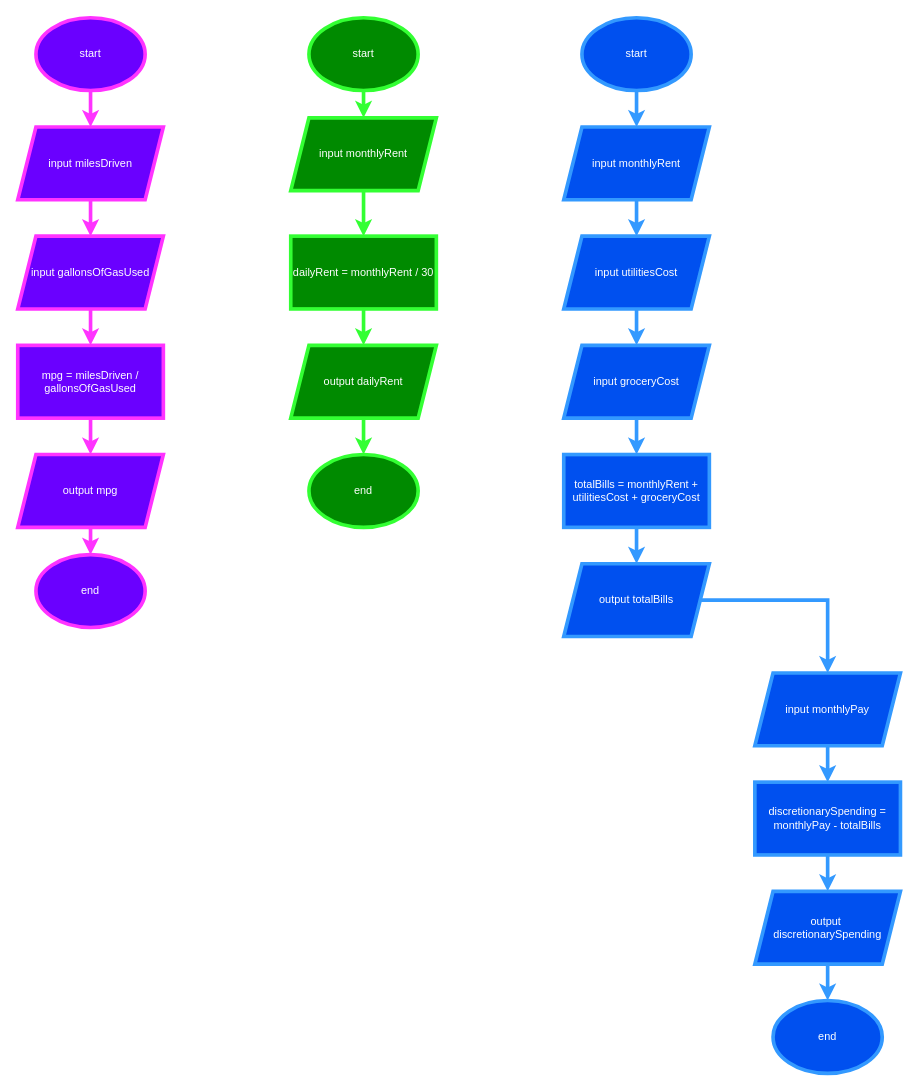
Earlier version of the draw.io diagram Module 1 Exercises.drawio (gmann249/SDEV120). Source tidied: cells renumbered, new cells numbered last; positions are measured from the earlier drawing's top-left corner, leaving out a move shared by most shapes. Both pictures are drawn from the tidied source at 91%, with x=0, y=0 at pixel (17, 17).
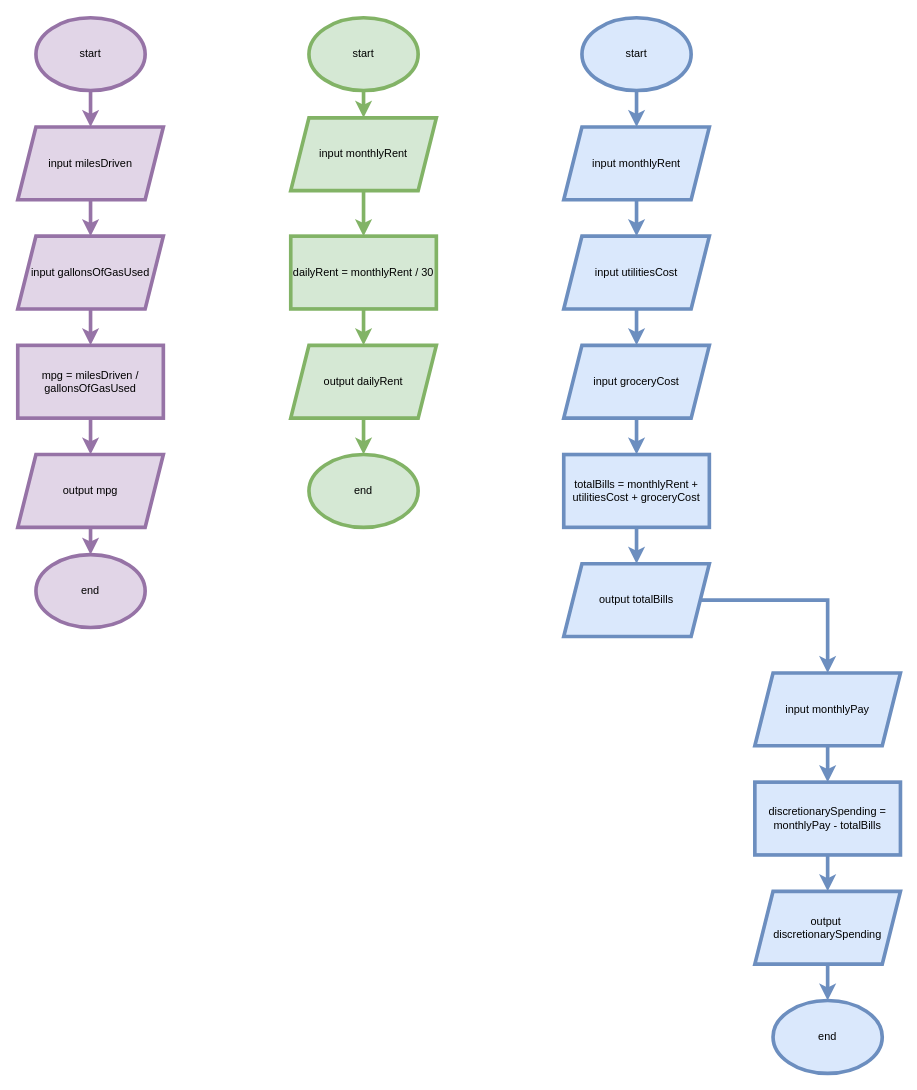
Above is the later version.

What changed in the source:
```diff
@@
-    <mxCell id="2" value="start" style="ellipse;whiteSpace=wrap;html=1;fillColor=#6a00ff;fontColor=#ffffff;strokeColor=#FF33FF;strokeWidth=4;" parent="1" vertex="1">
+    <mxCell id="2" value="start" style="ellipse;whiteSpace=wrap;html=1;fillColor=#e1d5e7;strokeColor=#9673a6;strokeWidth=4;" parent="1" vertex="1">
       <mxGeometry x="20" width="120" height="80" as="geometry" />
     </mxCell>
-    <mxCell id="3" value="input milesDriven" style="rounded=0;whiteSpace=wrap;html=1;fillColor=#6a00ff;fontColor=#ffffff;strokeColor=#FF33FF;shape=parallelogram;perimeter=parallelogramPerimeter;fixedSize=1;strokeWidth=4;" parent="1" vertex="1">
+    <mxCell id="3" value="input milesDriven" style="rounded=0;whiteSpace=wrap;html=1;fillColor=#e1d5e7;strokeColor=#9673a6;shape=parallelogram;perimeter=parallelogramPerimeter;fixedSize=1;strokeWidth=4;" parent="1" vertex="1">
       <mxGeometry y="120" width="160" height="80" as="geometry" />
     </mxCell>
-    <mxCell id="4" style="edgeStyle=orthogonalEdgeStyle;rounded=0;jettySize=auto;html=1;strokeColor=#FF33FF;strokeWidth=4;fillColor=#6a00ff;" parent="1" edge="1" source="2" target="3">
+    <mxCell id="4" style="edgeStyle=orthogonalEdgeStyle;rounded=0;jettySize=auto;html=1;strokeColor=#9673a6;strokeWidth=4;fillColor=#e1d5e7;" parent="1" edge="1" source="2" target="3">
       <mxGeometry relative="1" as="geometry" />
     </mxCell>
-    <mxCell id="5" value="input gallonsOfGasUsed" style="shape=parallelogram;perimeter=parallelogramPerimeter;whiteSpace=wrap;html=1;fixedSize=1;fillColor=#6a00ff;fontColor=#ffffff;strokeColor=#FF33FF;strokeWidth=4;" parent="1" vertex="1">
+    <mxCell id="5" value="input gallonsOfGasUsed" style="shape=parallelogram;perimeter=parallelogramPerimeter;whiteSpace=wrap;html=1;fixedSize=1;fillColor=#e1d5e7;strokeColor=#9673a6;strokeWidth=4;" parent="1" vertex="1">
       <mxGeometry y="240" width="160" height="80" as="geometry" />
     </mxCell>
-    <mxCell id="6" style="edgeStyle=orthogonalEdgeStyle;rounded=0;jettySize=auto;html=1;strokeColor=#FF33FF;strokeWidth=4;fillColor=#6a00ff;" parent="1" edge="1" source="3" target="5">
+    <mxCell id="6" style="edgeStyle=orthogonalEdgeStyle;rounded=0;jettySize=auto;html=1;strokeColor=#9673a6;strokeWidth=4;fillColor=#e1d5e7;" parent="1" edge="1" source="3" target="5">
       <mxGeometry relative="1" as="geometry" />
     </mxCell>
-    <mxCell id="7" value="mpg = milesDriven / gallonsOfGasUsed" style="rounded=0;whiteSpace=wrap;html=1;fillColor=#6a00ff;fontColor=#ffffff;strokeColor=#FF33FF;strokeWidth=4;" parent="1" vertex="1">
+    <mxCell id="7" value="mpg = milesDriven / gallonsOfGasUsed" style="rounded=0;whiteSpace=wrap;html=1;fillColor=#e1d5e7;strokeColor=#9673a6;strokeWidth=4;" parent="1" vertex="1">
       <mxGeometry y="360" width="160" height="80" as="geometry" />
     </mxCell>
-    <mxCell id="8" style="edgeStyle=orthogonalEdgeStyle;rounded=0;jettySize=auto;html=1;strokeColor=#FF33FF;strokeWidth=4;fillColor=#6a00ff;" parent="1" edge="1" source="5" target="7">
+    <mxCell id="8" style="edgeStyle=orthogonalEdgeStyle;rounded=0;jettySize=auto;html=1;strokeColor=#9673a6;strokeWidth=4;fillColor=#e1d5e7;" parent="1" edge="1" source="5" target="7">
       <mxGeometry relative="1" as="geometry" />
     </mxCell>
-    <mxCell id="9" value="output mpg" style="shape=parallelogram;perimeter=parallelogramPerimeter;whiteSpace=wrap;html=1;fixedSize=1;fillColor=#6a00ff;fontColor=#ffffff;strokeColor=#FF33FF;strokeWidth=4;" parent="1" vertex="1">
+    <mxCell id="9" value="output mpg" style="shape=parallelogram;perimeter=parallelogramPerimeter;whiteSpace=wrap;html=1;fixedSize=1;fillColor=#e1d5e7;strokeColor=#9673a6;strokeWidth=4;" parent="1" vertex="1">
       <mxGeometry y="480" width="160" height="80" as="geometry" />
     </mxCell>
-    <mxCell id="10" style="edgeStyle=orthogonalEdgeStyle;rounded=0;jettySize=auto;html=1;strokeColor=#FF33FF;strokeWidth=4;fillColor=#6a00ff;" parent="1" edge="1" source="7" target="9">
+    <mxCell id="10" style="edgeStyle=orthogonalEdgeStyle;rounded=0;jettySize=auto;html=1;strokeColor=#9673a6;strokeWidth=4;fillColor=#e1d5e7;" parent="1" edge="1" source="7" target="9">
       <mxGeometry relative="1" as="geometry" />
     </mxCell>
-    <mxCell id="11" value="end" style="ellipse;whiteSpace=wrap;html=1;fillColor=#6a00ff;fontColor=#ffffff;strokeColor=#FF33FF;strokeWidth=4;" parent="1" vertex="1">
+    <mxCell id="11" value="end" style="ellipse;whiteSpace=wrap;html=1;fillColor=#e1d5e7;strokeColor=#9673a6;strokeWidth=4;" parent="1" vertex="1">
       <mxGeometry x="20" y="590" width="120" height="80" as="geometry" />
     </mxCell>
-    <mxCell id="12" style="edgeStyle=orthogonalEdgeStyle;rounded=0;jettySize=auto;html=1;strokeColor=#FF33FF;strokeWidth=4;fillColor=#6a00ff;" parent="1" edge="1" source="9" target="11">
+    <mxCell id="12" style="edgeStyle=orthogonalEdgeStyle;rounded=0;jettySize=auto;html=1;strokeColor=#9673a6;strokeWidth=4;fillColor=#e1d5e7;" parent="1" edge="1" source="9" target="11">
       <mxGeometry relative="1" as="geometry" />
     </mxCell>
-    <mxCell id="13" value="start" style="ellipse;whiteSpace=wrap;html=1;fillColor=#008a00;fontColor=#ffffff;strokeColor=#33FF33;strokeWidth=4;" parent="1" vertex="1">
+    <mxCell id="13" value="start" style="ellipse;whiteSpace=wrap;html=1;fillColor=#d5e8d4;strokeColor=#82b366;strokeWidth=4;" parent="1" vertex="1">
       <mxGeometry x="320" width="120" height="80" as="geometry" />
     </mxCell>
-    <mxCell id="14" value="input monthlyRent" style="shape=parallelogram;perimeter=parallelogramPerimeter;whiteSpace=wrap;html=1;fixedSize=1;fillColor=#008a00;fontColor=#ffffff;strokeColor=#33FF33;strokeWidth=4;" parent="1" vertex="1">
+    <mxCell id="14" value="input monthlyRent" style="shape=parallelogram;perimeter=parallelogramPerimeter;whiteSpace=wrap;html=1;fixedSize=1;fillColor=#d5e8d4;strokeColor=#82b366;strokeWidth=4;" parent="1" vertex="1">
       <mxGeometry x="300" y="110" width="160" height="80" as="geometry" />
     </mxCell>
-    <mxCell id="15" style="edgeStyle=orthogonalEdgeStyle;rounded=0;jettySize=auto;html=1;fillColor=#008a00;strokeColor=#33FF33;strokeWidth=4;" parent="1" edge="1" source="13" target="14">
+    <mxCell id="15" style="edgeStyle=orthogonalEdgeStyle;rounded=0;jettySize=auto;html=1;fillColor=#d5e8d4;strokeColor=#82b366;strokeWidth=4;" parent="1" edge="1" source="13" target="14">
       <mxGeometry relative="1" as="geometry" />
     </mxCell>
-    <mxCell id="16" value="dailyRent = monthlyRent / 30" style="rounded=0;whiteSpace=wrap;html=1;fillColor=#008a00;fontColor=#ffffff;strokeColor=#33FF33;strokeWidth=4;" parent="1" vertex="1">
+    <mxCell id="16" value="dailyRent = monthlyRent / 30" style="rounded=0;whiteSpace=wrap;html=1;fillColor=#d5e8d4;strokeColor=#82b366;strokeWidth=4;" parent="1" vertex="1">
       <mxGeometry x="300" y="240" width="160" height="80" as="geometry" />
     </mxCell>
-    <mxCell id="17" style="edgeStyle=orthogonalEdgeStyle;rounded=0;jettySize=auto;html=1;fillColor=#008a00;strokeColor=#33FF33;strokeWidth=4;" parent="1" edge="1" source="14" target="16">
+    <mxCell id="17" style="edgeStyle=orthogonalEdgeStyle;rounded=0;jettySize=auto;html=1;fillColor=#d5e8d4;strokeColor=#82b366;strokeWidth=4;" parent="1" edge="1" source="14" target="16">
       <mxGeometry relative="1" as="geometry" />
     </mxCell>
-    <mxCell id="18" value="output dailyRent" style="shape=parallelogram;perimeter=parallelogramPerimeter;whiteSpace=wrap;html=1;fixedSize=1;fillColor=#008a00;fontColor=#ffffff;strokeColor=#33FF33;strokeWidth=4;" parent="1" vertex="1">
+    <mxCell id="18" value="output dailyRent" style="shape=parallelogram;perimeter=parallelogramPerimeter;whiteSpace=wrap;html=1;fixedSize=1;fillColor=#d5e8d4;strokeColor=#82b366;strokeWidth=4;" parent="1" vertex="1">
       <mxGeometry x="300" y="360" width="160" height="80" as="geometry" />
     </mxCell>
-    <mxCell id="19" style="edgeStyle=orthogonalEdgeStyle;rounded=0;jettySize=auto;html=1;fillColor=#008a00;strokeColor=#33FF33;strokeWidth=4;" parent="1" edge="1" source="16" target="18">
+    <mxCell id="19" style="edgeStyle=orthogonalEdgeStyle;rounded=0;jettySize=auto;html=1;fillColor=#d5e8d4;strokeColor=#82b366;strokeWidth=4;" parent="1" edge="1" source="16" target="18">
       <mxGeometry relative="1" as="geometry" />
     </mxCell>
-    <mxCell id="20" value="end" style="ellipse;whiteSpace=wrap;html=1;fillColor=#008a00;fontColor=#ffffff;strokeColor=#33FF33;strokeWidth=4;" parent="1" vertex="1">
+    <mxCell id="20" value="end" style="ellipse;whiteSpace=wrap;html=1;fillColor=#d5e8d4;strokeColor=#82b366;strokeWidth=4;" parent="1" vertex="1">
       <mxGeometry x="320" y="480" width="120" height="80" as="geometry" />
     </mxCell>
-    <mxCell id="21" style="edgeStyle=orthogonalEdgeStyle;rounded=0;jettySize=auto;html=1;fillColor=#008a00;strokeColor=#33FF33;strokeWidth=4;" parent="1" edge="1" source="18" target="20">
+    <mxCell id="21" style="edgeStyle=orthogonalEdgeStyle;rounded=0;jettySize=auto;html=1;fillColor=#d5e8d4;strokeColor=#82b366;strokeWidth=4;" parent="1" edge="1" source="18" target="20">
       <mxGeometry relative="1" as="geometry" />
     </mxCell>
-    <mxCell id="22" value="start" style="ellipse;whiteSpace=wrap;html=1;fillColor=#0050ef;strokeColor=#3399FF;fontColor=#ffffff;strokeWidth=4;" parent="1" vertex="1">
+    <mxCell id="22" value="start" style="ellipse;whiteSpace=wrap;html=1;fillColor=#dae8fc;strokeColor=#6c8ebf;strokeWidth=4;" parent="1" vertex="1">
       <mxGeometry x="620" width="120" height="80" as="geometry" />
     </mxCell>
-    <mxCell id="23" value="input monthlyRent" style="shape=parallelogram;perimeter=parallelogramPerimeter;whiteSpace=wrap;html=1;fixedSize=1;fillColor=#0050ef;fontColor=#ffffff;strokeColor=#3399FF;strokeWidth=4;" parent="1" vertex="1">
+    <mxCell id="23" value="input monthlyRent" style="shape=parallelogram;perimeter=parallelogramPerimeter;whiteSpace=wrap;html=1;fixedSize=1;fillColor=#dae8fc;strokeColor=#6c8ebf;strokeWidth=4;" parent="1" vertex="1">
       <mxGeometry x="600" y="120" width="160" height="80" as="geometry" />
     </mxCell>
-    <mxCell id="24" style="edgeStyle=orthogonalEdgeStyle;rounded=0;jettySize=auto;html=1;fillColor=#0050ef;strokeColor=#3399FF;strokeWidth=4;" parent="1" edge="1" source="22" target="23">
+    <mxCell id="24" style="edgeStyle=orthogonalEdgeStyle;rounded=0;jettySize=auto;html=1;fillColor=#dae8fc;strokeColor=#6c8ebf;strokeWidth=4;" parent="1" edge="1" source="22" target="23">
       <mxGeometry relative="1" as="geometry" />
     </mxCell>
-    <mxCell id="25" value="input utilitiesCost" style="shape=parallelogram;perimeter=parallelogramPerimeter;whiteSpace=wrap;html=1;fixedSize=1;fillColor=#0050ef;fontColor=#ffffff;strokeColor=#3399FF;strokeWidth=4;" parent="1" vertex="1">
+    <mxCell id="25" value="input utilitiesCost" style="shape=parallelogram;perimeter=parallelogramPerimeter;whiteSpace=wrap;html=1;fixedSize=1;fillColor=#dae8fc;strokeColor=#6c8ebf;strokeWidth=4;" parent="1" vertex="1">
       <mxGeometry x="600" y="240" width="160" height="80" as="geometry" />
     </mxCell>
-    <mxCell id="26" style="edgeStyle=orthogonalEdgeStyle;rounded=0;jettySize=auto;html=1;fillColor=#0050ef;strokeColor=#3399FF;strokeWidth=4;" parent="1" edge="1" source="23" target="25">
+    <mxCell id="26" style="edgeStyle=orthogonalEdgeStyle;rounded=0;jettySize=auto;html=1;fillColor=#dae8fc;strokeColor=#6c8ebf;strokeWidth=4;" parent="1" edge="1" source="23" target="25">
       <mxGeometry relative="1" as="geometry" />
     </mxCell>
-    <mxCell id="27" value="input groceryCost" style="shape=parallelogram;perimeter=parallelogramPerimeter;whiteSpace=wrap;html=1;fixedSize=1;fillColor=#0050ef;fontColor=#ffffff;strokeColor=#3399FF;strokeWidth=4;" parent="1" vertex="1">
+    <mxCell id="27" value="input groceryCost" style="shape=parallelogram;perimeter=parallelogramPerimeter;whiteSpace=wrap;html=1;fixedSize=1;fillColor=#dae8fc;strokeColor=#6c8ebf;strokeWidth=4;" parent="1" vertex="1">
       <mxGeometry x="600" y="360" width="160" height="80" as="geometry" />
     </mxCell>
-    <mxCell id="28" style="edgeStyle=orthogonalEdgeStyle;rounded=0;jettySize=auto;html=1;fillColor=#0050ef;strokeColor=#3399FF;strokeWidth=4;" parent="1" edge="1" source="25" target="27">
+    <mxCell id="28" style="edgeStyle=orthogonalEdgeStyle;rounded=0;jettySize=auto;html=1;fillColor=#dae8fc;strokeColor=#6c8ebf;strokeWidth=4;" parent="1" edge="1" source="25" target="27">
       <mxGeometry relative="1" as="geometry" />
     </mxCell>
-    <mxCell id="29" value="totalBills = monthlyRent + utilitiesCost + groceryCost" style="rounded=0;whiteSpace=wrap;html=1;fillColor=#0050ef;fontColor=#ffffff;strokeColor=#3399FF;strokeWidth=4;" parent="1" vertex="1">
+    <mxCell id="29" value="totalBills = monthlyRent + utilitiesCost + groceryCost" style="rounded=0;whiteSpace=wrap;html=1;fillColor=#dae8fc;strokeColor=#6c8ebf;strokeWidth=4;" parent="1" vertex="1">
       <mxGeometry x="600" y="480" width="160" height="80" as="geometry" />
     </mxCell>
-    <mxCell id="30" style="edgeStyle=orthogonalEdgeStyle;rounded=0;jettySize=auto;html=1;fillColor=#0050ef;strokeColor=#3399FF;strokeWidth=4;" parent="1" edge="1" source="27" target="29">
+    <mxCell id="30" style="edgeStyle=orthogonalEdgeStyle;rounded=0;jettySize=auto;html=1;fillColor=#dae8fc;strokeColor=#6c8ebf;strokeWidth=4;" parent="1" edge="1" source="27" target="29">
       <mxGeometry relative="1" as="geometry" />
     </mxCell>
-    <mxCell id="31" value="output totalBills" style="shape=parallelogram;perimeter=parallelogramPerimeter;whiteSpace=wrap;html=1;fixedSize=1;fillColor=#0050ef;fontColor=#ffffff;strokeColor=#3399FF;strokeWidth=4;" parent="1" vertex="1">
+    <mxCell id="31" value="output totalBills" style="shape=parallelogram;perimeter=parallelogramPerimeter;whiteSpace=wrap;html=1;fixedSize=1;fillColor=#dae8fc;strokeColor=#6c8ebf;strokeWidth=4;" parent="1" vertex="1">
       <mxGeometry x="600" y="600" width="160" height="80" as="geometry" />
     </mxCell>
-    <mxCell id="32" style="edgeStyle=orthogonalEdgeStyle;rounded=0;jettySize=auto;html=1;fillColor=#0050ef;strokeColor=#3399FF;strokeWidth=4;" parent="1" edge="1" source="29" target="31">
+    <mxCell id="32" style="edgeStyle=orthogonalEdgeStyle;rounded=0;jettySize=auto;html=1;fillColor=#dae8fc;strokeColor=#6c8ebf;strokeWidth=4;" parent="1" edge="1" source="29" target="31">
       <mxGeometry relative="1" as="geometry" />
     </mxCell>
-    <mxCell id="33" value="input monthlyPay" style="shape=parallelogram;perimeter=parallelogramPerimeter;whiteSpace=wrap;html=1;fixedSize=1;fillColor=#0050ef;fontColor=#ffffff;strokeColor=#3399FF;strokeWidth=4;" parent="1" vertex="1">
+    <mxCell id="33" value="input monthlyPay" style="shape=parallelogram;perimeter=parallelogramPerimeter;whiteSpace=wrap;html=1;fixedSize=1;fillColor=#dae8fc;strokeColor=#6c8ebf;strokeWidth=4;" parent="1" vertex="1">
       <mxGeometry x="810" y="720" width="160" height="80" as="geometry" />
     </mxCell>
-    <mxCell id="34" style="edgeStyle=orthogonalEdgeStyle;rounded=0;jettySize=auto;html=1;fillColor=#0050ef;strokeColor=#3399FF;strokeWidth=4;" parent="1" edge="1" source="31" target="33">
+    <mxCell id="34" style="edgeStyle=orthogonalEdgeStyle;rounded=0;jettySize=auto;html=1;fillColor=#dae8fc;strokeColor=#6c8ebf;strokeWidth=4;" parent="1" edge="1" source="31" target="33">
       <mxGeometry relative="1" as="geometry" />
     </mxCell>
-    <mxCell id="35" value="discretionarySpending = monthlyPay - totalBills" style="rounded=0;whiteSpace=wrap;html=1;fillColor=#0050ef;fontColor=#ffffff;strokeColor=#3399FF;strokeWidth=4;" parent="1" vertex="1">
+    <mxCell id="35" value="discretionarySpending = monthlyPay - totalBills" style="rounded=0;whiteSpace=wrap;html=1;fillColor=#dae8fc;strokeColor=#6c8ebf;strokeWidth=4;" parent="1" vertex="1">
       <mxGeometry x="810" y="840" width="160" height="80" as="geometry" />
     </mxCell>
-    <mxCell id="36" style="edgeStyle=orthogonalEdgeStyle;rounded=0;jettySize=auto;html=1;fillColor=#0050ef;strokeColor=#3399FF;strokeWidth=4;" parent="1" edge="1" source="33" target="35">
+    <mxCell id="36" style="edgeStyle=orthogonalEdgeStyle;rounded=0;jettySize=auto;html=1;fillColor=#dae8fc;strokeColor=#6c8ebf;strokeWidth=4;" parent="1" edge="1" source="33" target="35">
       <mxGeometry relative="1" as="geometry" />
     </mxCell>
-    <mxCell id="37" value="output&amp;nbsp;&lt;div&gt;discretionarySpending&lt;/div&gt;" style="shape=parallelogram;perimeter=parallelogramPerimeter;whiteSpace=wrap;html=1;fixedSize=1;fillColor=#0050ef;fontColor=#ffffff;strokeColor=#3399FF;strokeWidth=4;" parent="1" vertex="1">
+    <mxCell id="37" value="output&amp;nbsp;&lt;div&gt;discretionarySpending&lt;/div&gt;" style="shape=parallelogram;perimeter=parallelogramPerimeter;whiteSpace=wrap;html=1;fixedSize=1;fillColor=#dae8fc;strokeColor=#6c8ebf;strokeWidth=4;" parent="1" vertex="1">
       <mxGeometry x="810" y="960" width="160" height="80" as="geometry" />
     </mxCell>
-    <mxCell id="38" style="edgeStyle=orthogonalEdgeStyle;rounded=0;jettySize=auto;html=1;fillColor=#0050ef;strokeColor=#3399FF;strokeWidth=4;" parent="1" edge="1" source="35" target="37">
+    <mxCell id="38" style="edgeStyle=orthogonalEdgeStyle;rounded=0;jettySize=auto;html=1;fillColor=#dae8fc;strokeColor=#6c8ebf;strokeWidth=4;" parent="1" edge="1" source="35" target="37">
       <mxGeometry relative="1" as="geometry" />
     </mxCell>
-    <mxCell id="39" value="end" style="ellipse;whiteSpace=wrap;html=1;fillColor=#0050ef;fontColor=#ffffff;strokeColor=#3399FF;strokeWidth=4;" parent="1" vertex="1">
+    <mxCell id="39" value="end" style="ellipse;whiteSpace=wrap;html=1;fillColor=#dae8fc;strokeColor=#6c8ebf;strokeWidth=4;" parent="1" vertex="1">
       <mxGeometry x="830" y="1080" width="120" height="80" as="geometry" />
     </mxCell>
-    <mxCell id="40" style="edgeStyle=orthogonalEdgeStyle;rounded=0;jettySize=auto;html=1;fillColor=#0050ef;strokeColor=#3399FF;strokeWidth=4;" parent="1" edge="1" source="37" target="39">
+    <mxCell id="40" style="edgeStyle=orthogonalEdgeStyle;rounded=0;jettySize=auto;html=1;fillColor=#dae8fc;strokeColor=#6c8ebf;strokeWidth=4;" parent="1" edge="1" source="37" target="39">
       <mxGeometry relative="1" as="geometry" />
     </mxCell>
```
